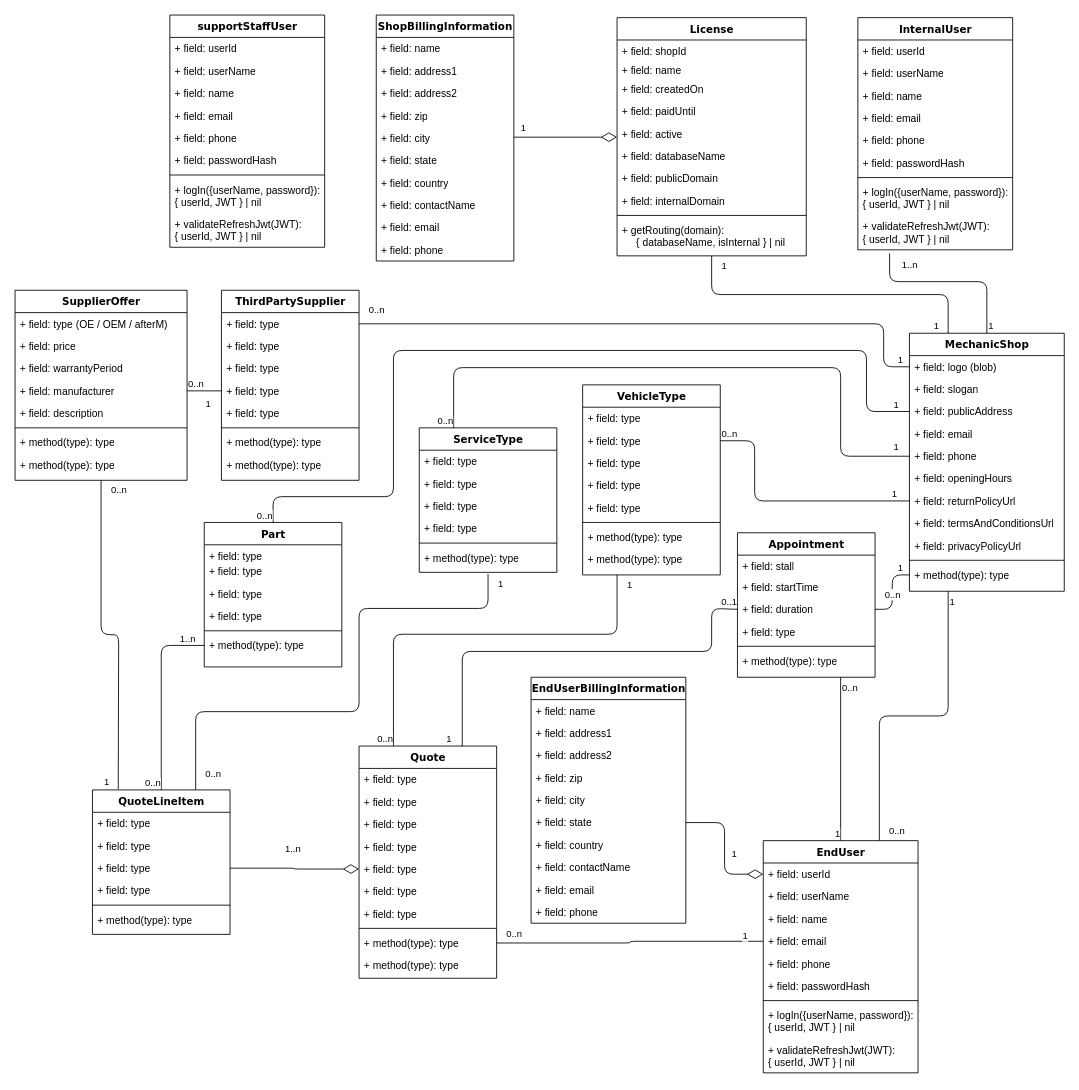
Awrmani/AutoQuotes keeps this draw.io diagram as Class_Diagrams/ClassDiagram.drawio. Above is the earlier version. Source tidied: cells renumbered, new cells numbered last; positions are measured from the earlier drawing's top-left corner, leaving out a move shared by most shapes. Both pictures are drawn from the tidied source at 86%, with x=0, y=0 at pixel (15, 15).
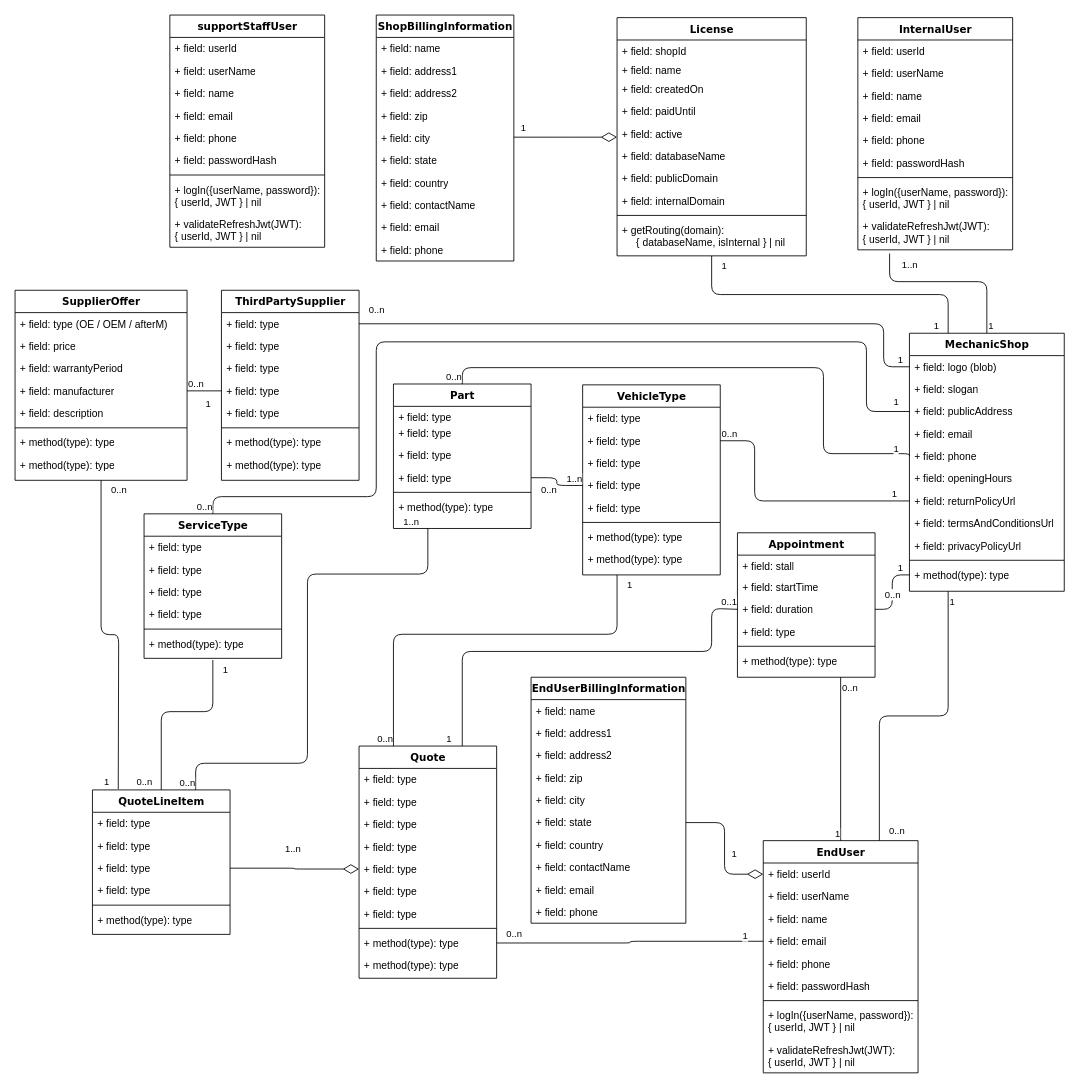
The same page after the edit.

Commit message:
update: Class diagram

Unchanged cells that the change refers to:
```xml
<mxCell id="37" value="+ field: publicAddress" style="text;html=1;strokeColor=none;fillColor=none;align=left;verticalAlign=top;spacingLeft=4;spacingRight=4;whiteSpace=wrap;overflow=hidden;points=[[0,0.5],[1,0.5]];portConstraint=eastwest;" parent="34" vertex="1">
  <mxGeometry y="78" width="180" height="26" as="geometry" />
</mxCell>
<mxCell id="39" value="+ field: phone" style="text;html=1;strokeColor=none;fillColor=none;align=left;verticalAlign=top;spacingLeft=4;spacingRight=4;whiteSpace=wrap;overflow=hidden;points=[[0,0.5],[1,0.5]];portConstraint=eastwest;" parent="34" vertex="1">
  <mxGeometry y="130" width="180" height="26" as="geometry" />
</mxCell>
<mxCell id="57" value="QuoteLineItem" style="swimlane;html=1;fontStyle=1;align=center;verticalAlign=top;horizontal=1;startSize=26;swimlaneFillColor=#ffffff;rounded=0;shadow=0;comic=0;labelBackgroundColor=none;strokeWidth=1;fillColor=none;fontFamily=Verdana;fontSize=12;" parent="1" vertex="1">
  <mxGeometry x="90" y="901" width="160" height="168" as="geometry" />
</mxCell>
<mxCell id="161" value="+ field: type" style="text;html=1;strokeColor=none;fillColor=none;align=left;verticalAlign=top;spacingLeft=4;spacingRight=4;whiteSpace=wrap;overflow=hidden;points=[[0,0.5],[1,0.5]];portConstraint=eastwest;" parent="157" vertex="1">
  <mxGeometry y="104" width="160" height="26" as="geometry" />
</mxCell>
<mxCell id="178" value="+ method(type): type" style="text;html=1;strokeColor=none;fillColor=none;align=left;verticalAlign=top;spacingLeft=4;spacingRight=4;whiteSpace=wrap;overflow=hidden;points=[[0,0.5],[1,0.5]];portConstraint=eastwest;" parent="172" vertex="1">
  <mxGeometry y="138" width="160" height="26" as="geometry" />
</mxCell>
<mxCell id="189" value="+ field: type" style="text;html=1;strokeColor=none;fillColor=none;align=left;verticalAlign=top;spacingLeft=4;spacingRight=4;whiteSpace=wrap;overflow=hidden;points=[[0,0.5],[1,0.5]];portConstraint=eastwest;" parent="185" vertex="1">
  <mxGeometry y="96" width="160" height="26" as="geometry" />
</mxCell>
<mxCell id="191" value="+ method(type): type" style="text;html=1;strokeColor=none;fillColor=none;align=left;verticalAlign=top;spacingLeft=4;spacingRight=4;whiteSpace=wrap;overflow=hidden;points=[[0,0.5],[1,0.5]];portConstraint=eastwest;" parent="185" vertex="1">
  <mxGeometry y="130" width="160" height="26" as="geometry" />
</mxCell>
```

Change to the diagram source:
```diff
@@
     <mxCell id="172" value="ServiceType" style="swimlane;html=1;fontStyle=1;align=center;verticalAlign=top;horizontal=1;startSize=26;swimlaneFillColor=#ffffff;rounded=0;shadow=0;comic=0;labelBackgroundColor=none;strokeWidth=1;fillColor=none;fontFamily=Verdana;fontSize=12;" parent="1" vertex="1">
-      <mxGeometry x="470" y="480" width="160" height="168" as="geometry" />
+      <mxGeometry x="150" y="580" width="160" height="168" as="geometry" />
     </mxCell>
@@
-    <mxCell id="179" style="endArrow=none;html=1;edgeStyle=orthogonalEdgeStyle;rounded=1;startSize=8;endSize=16;strokeColor=default;exitX=0;exitY=0.5;exitDx=0;exitDy=0;entryX=0.25;entryY=0;entryDx=0;entryDy=0;" parent="1" edge="1" source="39" target="172">
+    <mxCell id="179" style="endArrow=none;html=1;edgeStyle=orthogonalEdgeStyle;rounded=1;startSize=8;endSize=16;strokeColor=default;entryX=0.5;entryY=0;entryDx=0;entryDy=0;exitX=0;exitY=0.5;exitDx=0;exitDy=0;" parent="1" edge="1" source="37" target="172">
       <mxGeometry relative="1" as="geometry">
         <Array as="points">
-          <mxPoint x="960" y="513" />
-          <mxPoint x="960" y="410" />
-          <mxPoint x="510" y="410" />
+          <mxPoint x="990" y="461" />
+          <mxPoint x="990" y="380" />
+          <mxPoint x="420" y="380" />
+          <mxPoint x="420" y="560" />
+          <mxPoint x="230" y="560" />
         </Array>
       </mxGeometry>
     </mxCell>
@@
-    <mxCell id="182" style="endArrow=none;html=1;edgeStyle=orthogonalEdgeStyle;rounded=1;startSize=8;endSize=16;strokeColor=default;exitX=0.5;exitY=1.231;exitDx=0;exitDy=0;entryX=0.75;entryY=0;entryDx=0;entryDy=0;exitPerimeter=0;" parent="1" edge="1" source="178" target="57">
+    <mxCell id="182" style="endArrow=none;html=1;edgeStyle=orthogonalEdgeStyle;rounded=1;startSize=8;endSize=16;strokeColor=default;exitX=0.5;exitY=1.231;exitDx=0;exitDy=0;entryX=0.5;entryY=0;entryDx=0;entryDy=0;exitPerimeter=0;" parent="1" edge="1" source="178" target="57">
       <mxGeometry relative="1" as="geometry">
         <Array as="points">
-          <mxPoint x="550" y="690" />
-          <mxPoint x="400" y="690" />
-          <mxPoint x="400" y="810" />
-          <mxPoint x="210" y="810" />
+          <mxPoint x="230" y="810" />
+          <mxPoint x="170" y="810" />
         </Array>
       </mxGeometry>
     </mxCell>
@@
     <mxCell id="184" value="0..n" style="edgeLabel;html=1;align=right;verticalAlign=bottom;" parent="182" vertex="1">
       <mxGeometry x="1" relative="1" as="geometry">
-        <mxPoint x="30" y="-11" as="offset" />
+        <mxPoint x="-10" y="-1" as="offset" />
       </mxGeometry>
     </mxCell>
     <mxCell id="185" value="Part" style="swimlane;html=1;fontStyle=1;align=center;verticalAlign=top;horizontal=1;startSize=26;swimlaneFillColor=#ffffff;rounded=0;shadow=0;comic=0;labelBackgroundColor=none;strokeWidth=1;fillColor=none;fontFamily=Verdana;fontSize=12;" parent="1" vertex="1">
-      <mxGeometry x="220" y="590" width="160" height="168" as="geometry" />
+      <mxGeometry x="440" y="429" width="160" height="168" as="geometry" />
     </mxCell>
@@
-    <mxCell id="192" style="endArrow=none;html=1;edgeStyle=orthogonalEdgeStyle;rounded=1;startSize=8;endSize=16;strokeColor=default;exitX=0;exitY=0.5;exitDx=0;exitDy=0;entryX=0.5;entryY=0;entryDx=0;entryDy=0;" parent="1" edge="1" source="37" target="185">
+    <mxCell id="192" style="endArrow=none;html=1;edgeStyle=orthogonalEdgeStyle;rounded=1;startSize=8;endSize=16;strokeColor=default;exitX=0;exitY=0.5;exitDx=0;exitDy=0;entryX=0.5;entryY=0;entryDx=0;entryDy=0;" parent="1" edge="1" source="39" target="185">
       <mxGeometry relative="1" as="geometry">
         <Array as="points">
-          <mxPoint x="990" y="461" />
-          <mxPoint x="990" y="390" />
-          <mxPoint x="440" y="390" />
-          <mxPoint x="440" y="560" />
-          <mxPoint x="300" y="560" />
+          <mxPoint x="1040" y="510" />
+          <mxPoint x="940" y="510" />
+          <mxPoint x="940" y="410" />
+          <mxPoint x="520" y="410" />
         </Array>
       </mxGeometry>
     </mxCell>
@@
-    <mxCell id="195" style="endArrow=none;html=1;edgeStyle=orthogonalEdgeStyle;rounded=1;exitX=0;exitY=0.5;exitDx=0;exitDy=0;entryX=0.5;entryY=0;entryDx=0;entryDy=0;" parent="1" edge="1" source="191" target="57">
-      <mxGeometry relative="1" as="geometry" />
+    <mxCell id="195" style="endArrow=none;html=1;edgeStyle=orthogonalEdgeStyle;rounded=1;exitX=0.25;exitY=1;exitDx=0;exitDy=0;entryX=0.75;entryY=0;entryDx=0;entryDy=0;" parent="1" edge="1" source="185" target="57">
+      <mxGeometry relative="1" as="geometry">
+        <Array as="points">
+          <mxPoint x="480" y="650" />
+          <mxPoint x="340" y="650" />
+          <mxPoint x="340" y="870" />
+          <mxPoint x="210" y="870" />
+        </Array>
+      </mxGeometry>
     </mxCell>
@@
+    <mxCell id="198" style="endArrow=none;html=1;edgeStyle=orthogonalEdgeStyle;rounded=1;exitX=1;exitY=0.5;exitDx=0;exitDy=0;entryX=0;entryY=0.5;entryDx=0;entryDy=0;" parent="1" edge="1" source="189" target="161">
+      <mxGeometry relative="1" as="geometry" />
+    </mxCell>
+    <mxCell id="199" value="0..n" style="edgeLabel;html=1;align=left;verticalAlign=bottom;" parent="198" vertex="1">
+      <mxGeometry x="-1" relative="1" as="geometry">
+        <mxPoint x="10" y="22" as="offset" />
+      </mxGeometry>
+    </mxCell>
+    <mxCell id="200" value="1..n" style="edgeLabel;html=1;align=right;verticalAlign=bottom;" parent="198" vertex="1">
+      <mxGeometry x="1" relative="1" as="geometry" />
+    </mxCell>
```
